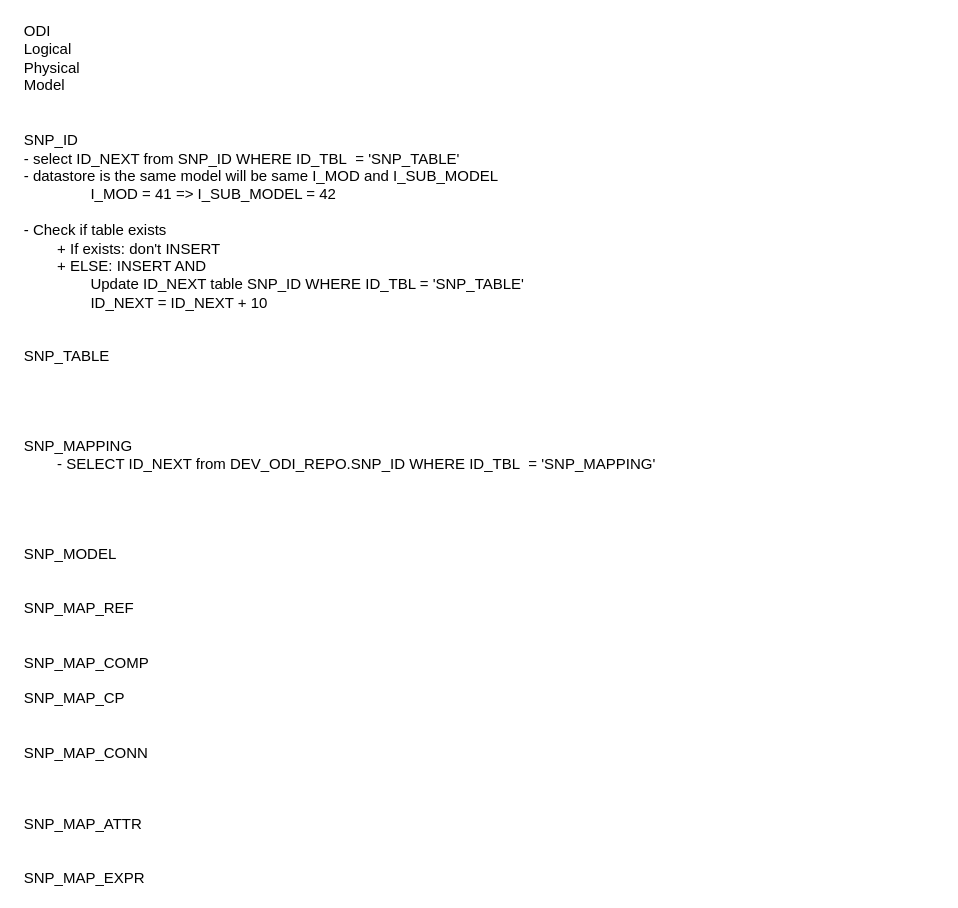
Earlier version of the draw.io diagram ODI.drawio (thh6282/draw-in-drawio). Source tidied: cells renumbered, new cells numbered last; positions are measured from the earlier drawing's top-left corner, leaving out a move shared by most shapes. Both pictures are drawn from the tidied source at 125%, with x=0, y=0 at pixel (21, 39).
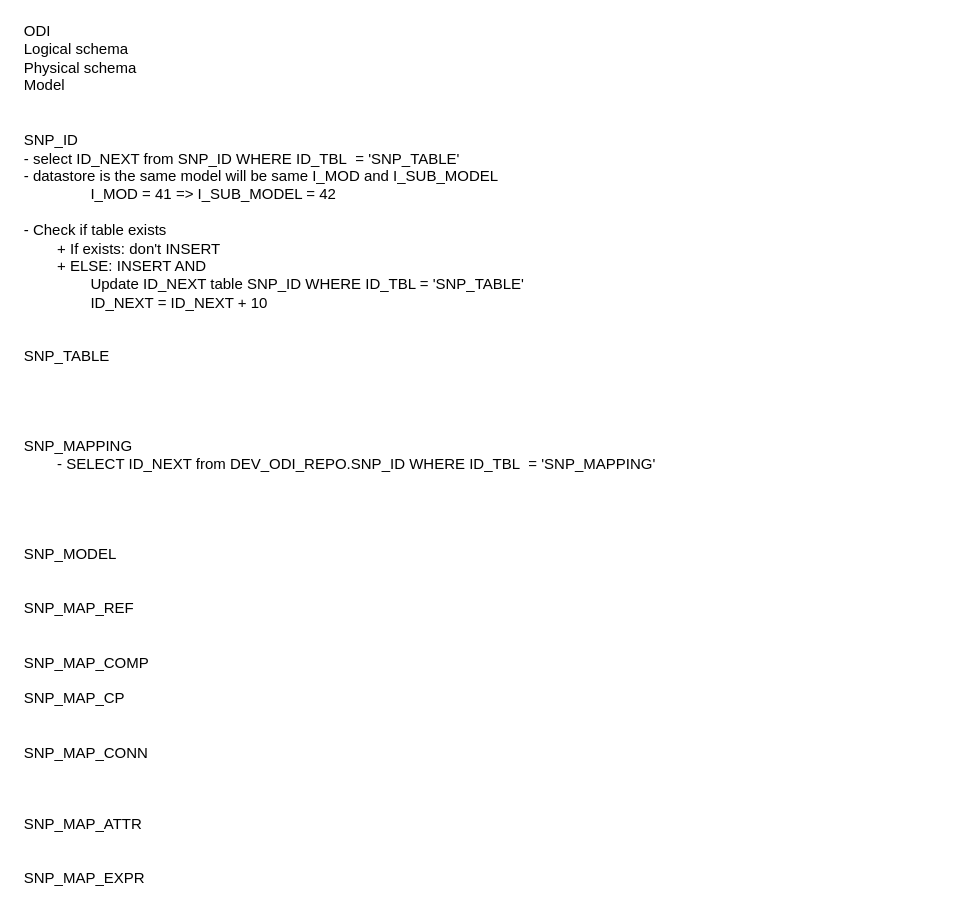
After the change.

Change to the diagram source:
```diff
@@
 <mxGraphModel>
   <root>
     <mxCell id="0" />
     <mxCell id="1" parent="0" />
-    <mxCell id="2" value="ODI&lt;div&gt;Logical&lt;/div&gt;&lt;div&gt;Physical&lt;/div&gt;&lt;div&gt;Model&lt;/div&gt;" style="text;html=1;align=left;verticalAlign=middle;whiteSpace=wrap;rounded=0;" parent="1" vertex="1">
+    <mxCell id="2" value="ODI&lt;div&gt;Logical schema&lt;/div&gt;&lt;div&gt;Physical schema&lt;/div&gt;&lt;div&gt;Model&lt;/div&gt;" style="text;html=1;align=left;verticalAlign=middle;whiteSpace=wrap;rounded=0;" parent="1" vertex="1">
       <mxGeometry width="732" height="30" as="geometry" />
     </mxCell>
     <mxCell id="3" value="&lt;div&gt;SNP_ID&lt;/div&gt;&lt;div&gt;- select ID_NEXT from SNP_ID WHERE ID_TBL&amp;nbsp; = 'SNP_TABLE'&lt;/div&gt;&lt;div&gt;- datastore is the same model will be same I_MOD and I_SUB_MODEL&lt;/div&gt;&lt;div&gt;&lt;span style=&quot;white-space: normal;&quot;&gt;&lt;span style=&quot;white-space:pre&quot;&gt;&#9;&#9;&lt;/span&gt;I_MOD = 41 =&amp;gt; I_SUB_MODEL = 42&lt;/span&gt;&lt;/div&gt;&lt;div&gt;&lt;br&gt;&lt;/div&gt;&lt;div&gt;- Check if table exists&lt;/div&gt;&lt;div&gt;&lt;span style=&quot;white-space: normal;&quot;&gt;&lt;span style=&quot;white-space:pre&quot;&gt;&#9;&lt;/span&gt;+ If exists: don't INSERT&lt;/span&gt;&lt;/div&gt;&lt;div&gt;&lt;span style=&quot;white-space: normal;&quot;&gt;&lt;span style=&quot;white-space:pre&quot;&gt;&#9;&lt;/span&gt;+ ELSE: INSERT AND&amp;nbsp;&lt;/span&gt;&lt;/div&gt;&lt;div&gt;&lt;span style=&quot;white-space: normal;&quot;&gt;&lt;span style=&quot;white-space:pre&quot;&gt;&#9;&#9;&lt;/span&gt;Update ID_NEXT table SNP_ID WHERE ID_TBL = 'SNP_TABLE'&lt;/span&gt;&lt;/div&gt;&lt;div&gt;&lt;span style=&quot;white-space: normal;&quot;&gt;&lt;span style=&quot;white-space:pre&quot;&gt;&#9;&#9;&lt;/span&gt;ID_NEXT = ID_NEXT + 10&lt;/span&gt;&lt;/div&gt;&lt;div&gt;&lt;span style=&quot;white-space: normal;&quot;&gt;&lt;br&gt;&lt;/span&gt;&lt;/div&gt;&lt;div&gt;&lt;span style=&quot;white-space: normal;&quot;&gt;&lt;br&gt;&lt;/span&gt;&lt;/div&gt;&lt;div&gt;&lt;div style=&quot;&quot;&gt;SNP_TABLE&lt;/div&gt;&lt;div style=&quot;&quot;&gt;&lt;br&gt;&lt;/div&gt;&lt;div style=&quot;&quot;&gt;&lt;br&gt;&lt;/div&gt;&lt;div style=&quot;&quot;&gt;&lt;br&gt;&lt;/div&gt;&lt;div style=&quot;&quot;&gt;&lt;br&gt;&lt;/div&gt;&lt;div style=&quot;&quot;&gt;SNP_MAPPING&lt;/div&gt;&lt;div style=&quot;&quot;&gt;&lt;span style=&quot;white-space: normal;&quot;&gt;&lt;span style=&quot;white-space:pre&quot;&gt;&#9;&lt;/span&gt;- SELECT ID_NEXT from DEV_ODI_REPO.SNP_ID WHERE ID_TBL&amp;nbsp; = 'SNP_MAPPING'&lt;/span&gt;&lt;/div&gt;&lt;div style=&quot;&quot;&gt;&lt;br&gt;&lt;/div&gt;&lt;div style=&quot;&quot;&gt;&lt;br&gt;&lt;/div&gt;&lt;div style=&quot;&quot;&gt;&lt;br&gt;&lt;/div&gt;&lt;div style=&quot;&quot;&gt;&lt;br&gt;&lt;/div&gt;&lt;div style=&quot;&quot;&gt;SNP_MODEL&lt;/div&gt;&lt;div style=&quot;&quot;&gt;&lt;br&gt;&lt;/div&gt;&lt;div style=&quot;&quot;&gt;&lt;br&gt;&lt;/div&gt;&lt;div style=&quot;&quot;&gt;SNP_MAP_REF&lt;/div&gt;&lt;div style=&quot;&quot;&gt;&lt;br&gt;&lt;/div&gt;&lt;div style=&quot;&quot;&gt;&lt;br&gt;&lt;/div&gt;&lt;div style=&quot;&quot;&gt;SNP_MAP_COMP&lt;/div&gt;&lt;div style=&quot;&quot;&gt;&lt;br&gt;&lt;/div&gt;&lt;div style=&quot;&quot;&gt;SNP_MAP_CP&lt;/div&gt;&lt;div style=&quot;&quot;&gt;&lt;br&gt;&lt;/div&gt;&lt;div style=&quot;&quot;&gt;&lt;br&gt;&lt;/div&gt;&lt;div style=&quot;&quot;&gt;SNP_MAP_CONN&lt;/div&gt;&lt;div style=&quot;&quot;&gt;&lt;br&gt;&lt;/div&gt;&lt;div style=&quot;&quot;&gt;&lt;br&gt;&lt;/div&gt;&lt;div style=&quot;&quot;&gt;&lt;br&gt;&lt;/div&gt;&lt;div style=&quot;&quot;&gt;SNP_MAP_ATTR&lt;/div&gt;&lt;div style=&quot;&quot;&gt;&lt;br&gt;&lt;/div&gt;&lt;div style=&quot;&quot;&gt;&lt;br&gt;&lt;/div&gt;&lt;div style=&quot;&quot;&gt;SNP_MAP_EXPR&lt;/div&gt;&lt;/div&gt;" style="text;html=1;align=left;verticalAlign=middle;whiteSpace=wrap;rounded=0;" parent="1" vertex="1">
       <mxGeometry y="361" width="726" height="30" as="geometry" />
     </mxCell>
   </root>
 </mxGraphModel>
```
